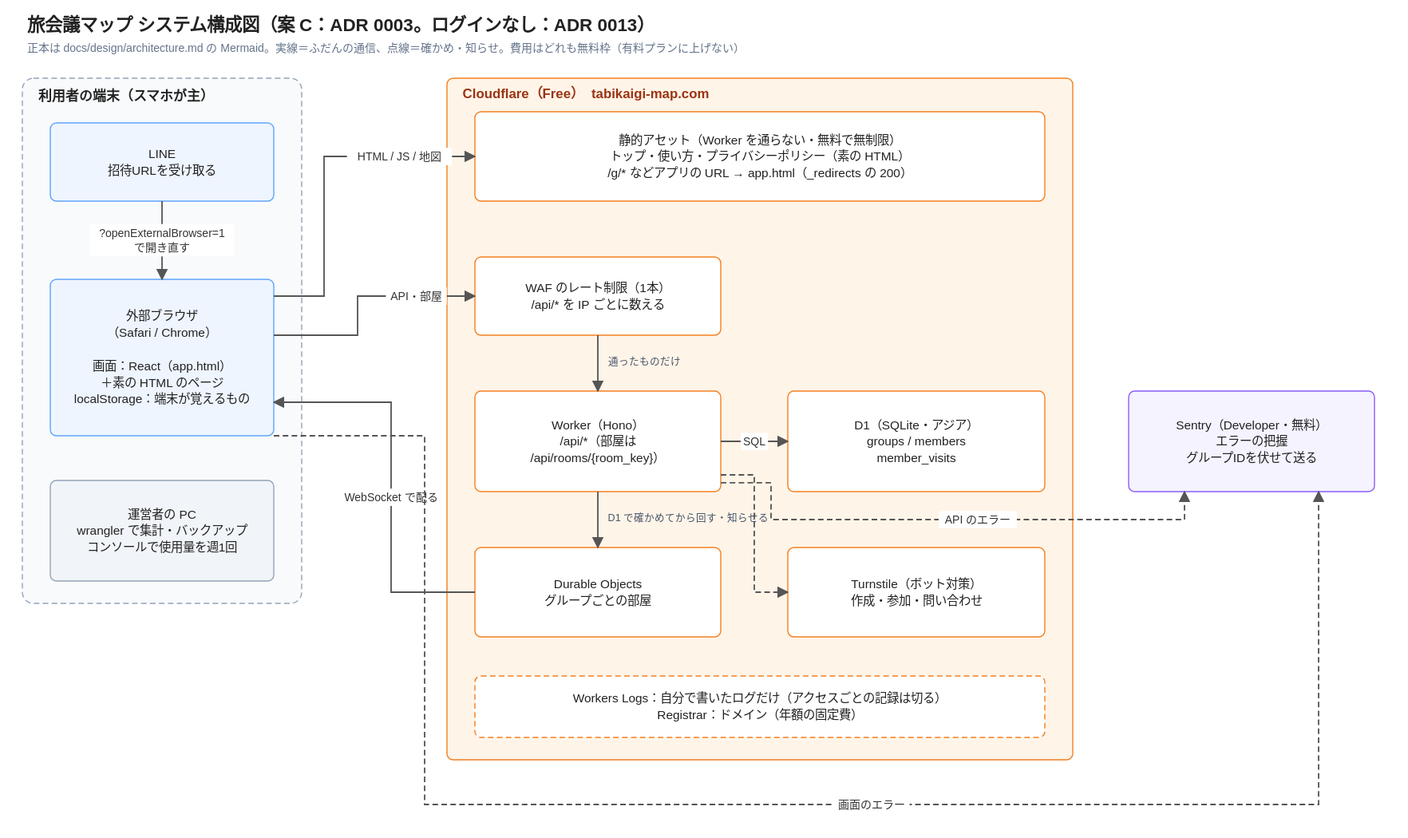
The draw.io diagram docs/design/architecture.drawio.svg in yuppy52/tabikaigi-map, before a commit. Source tidied: cells renumbered, new cells last; positions are measured from the earlier drawing's top-left corner, leaving out a move shared by most shapes.
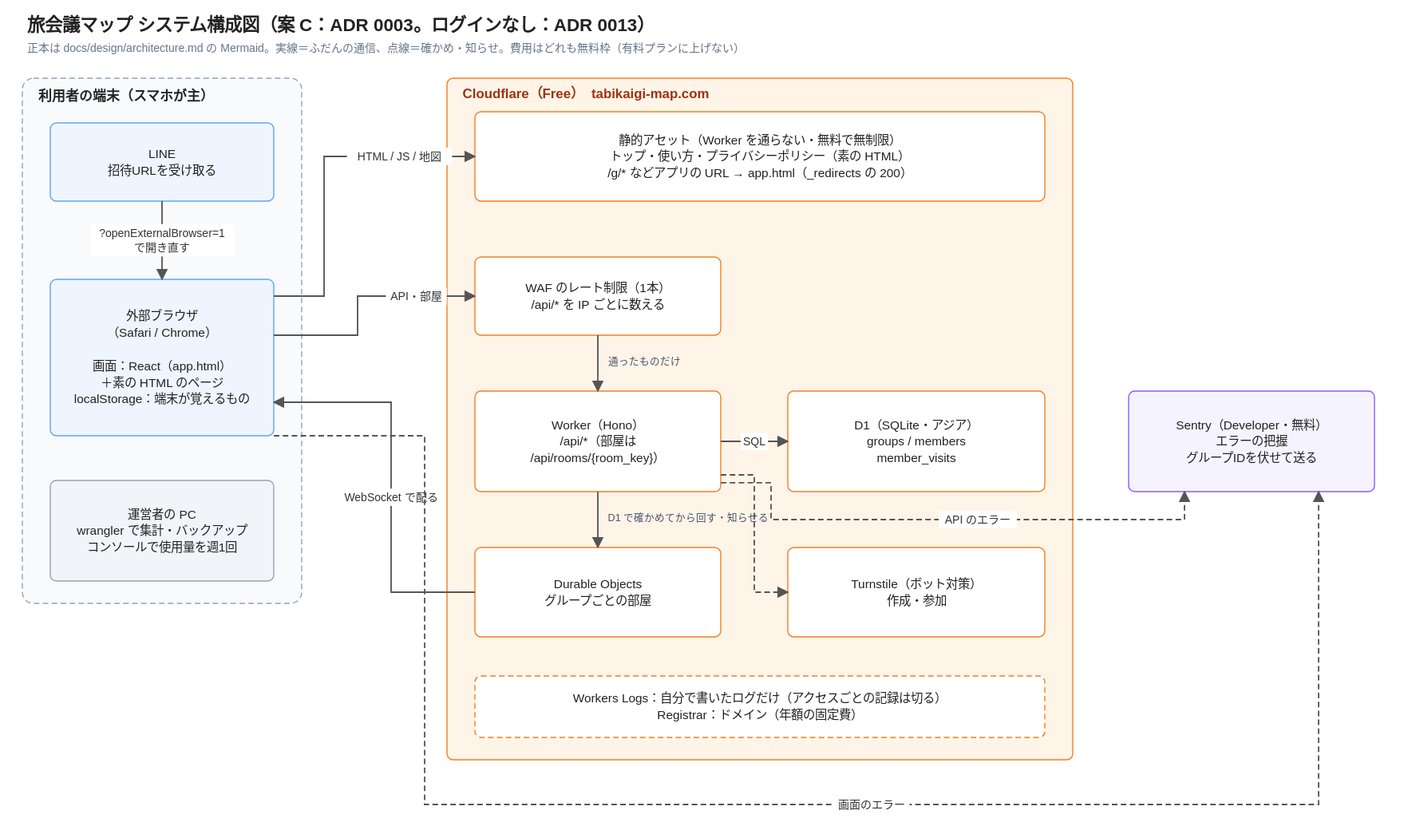
The same diagram one commit later.

Change to the diagram source:
```diff
@@ -50,7 +50,7 @@
     <mxCell id="16" value="Durable Objects&lt;br&gt;グループごとの部屋" style="html=1;whiteSpace=wrap;fontSize=11;align=center;verticalAlign=middle;fillColor=#ffffff;strokeColor=#f38020;fontColor=#222222;spacingLeft=4;spacingRight=4;rounded=1;arcSize=7;" parent="1" vertex="1">
       <mxGeometry x="405" y="480" width="220" height="80" as="geometry" />
     </mxCell>
-    <mxCell id="17" value="Turnstile（ボット対策）&lt;br&gt;作成・参加・問い合わせ" style="html=1;whiteSpace=wrap;fontSize=11;align=center;verticalAlign=middle;fillColor=#ffffff;strokeColor=#f38020;fontColor=#222222;spacingLeft=4;spacingRight=4;rounded=1;arcSize=7;" parent="1" vertex="1">
+    <mxCell id="17" value="Turnstile（ボット対策）&lt;br&gt;作成・参加" style="html=1;whiteSpace=wrap;fontSize=11;align=center;verticalAlign=middle;fillColor=#ffffff;strokeColor=#f38020;fontColor=#222222;spacingLeft=4;spacingRight=4;rounded=1;arcSize=7;" parent="1" vertex="1">
       <mxGeometry x="685" y="480" width="230" height="80" as="geometry" />
     </mxCell>
     <mxCell id="18" value="Workers Logs：自分で書いたログだけ（アクセスごとの記録は切る）&lt;br&gt;Registrar：ドメイン（年額の固定費）" style="html=1;whiteSpace=wrap;fontSize=11;align=center;verticalAlign=middle;fillColor=#ffffff;strokeColor=#f38020;fontColor=#222222;spacingLeft=4;spacingRight=4;rounded=1;arcSize=10;dashed=1;" parent="1" vertex="1">
```
